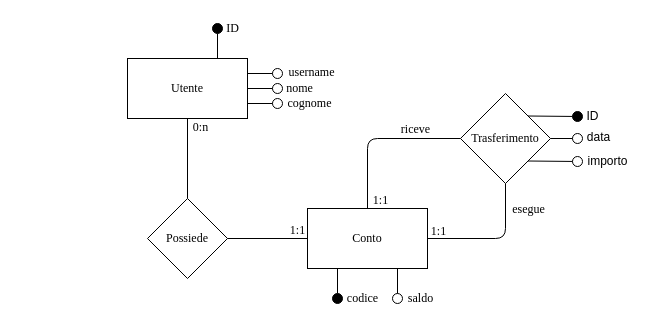
The draw.io diagram docs/assets/diagram.drawio in riccardo-negri/tiw-2022-Negri, before the edit. Source tidied: cells renumbered, new cells numbered last; positions are measured from the earlier drawing's top-left corner, leaving out a move shared by most shapes. Both pictures are drawn from the tidied source at 100%, with x=0, y=0 at pixel (127, 18).
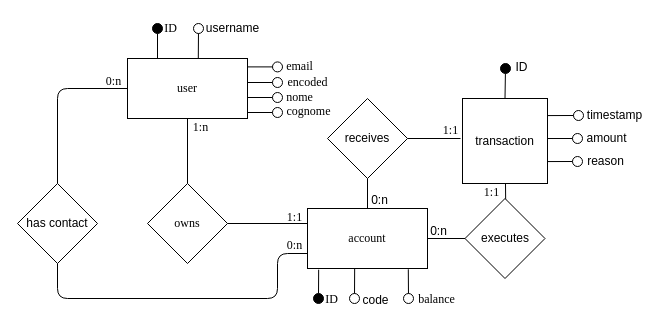
The same page after the edit.

Commit message (it also covers changes not shown here):
Done documentation about database, starting with sequence diagrams

Diff of the diagram source:
```diff
@@
-    <mxCell id="2" value="&lt;font face=&quot;Times New Roman&quot;&gt;Utente&lt;/font&gt;" style="rounded=0;whiteSpace=wrap;html=1;" parent="1" vertex="1">
+    <mxCell id="2" value="&lt;font face=&quot;Times New Roman&quot;&gt;user&lt;/font&gt;" style="rounded=0;whiteSpace=wrap;html=1;" parent="1" vertex="1">
       <mxGeometry y="40" width="120" height="60" as="geometry" />
     </mxCell>
-    <mxCell id="3" value="&lt;font face=&quot;Times New Roman&quot;&gt;Possiede&lt;/font&gt;" style="rhombus;whiteSpace=wrap;html=1;" parent="1" vertex="1">
-      <mxGeometry x="20" y="180" width="80" height="80" as="geometry" />
+    <mxCell id="3" value="&lt;font face=&quot;Times New Roman&quot;&gt;owns&lt;/font&gt;" style="rhombus;whiteSpace=wrap;html=1;" parent="1" vertex="1">
+      <mxGeometry x="20" y="165" width="80" height="80" as="geometry" />
     </mxCell>
-    <mxCell id="4" value="&lt;font face=&quot;Times New Roman&quot;&gt;Conto&lt;/font&gt;" style="rounded=0;whiteSpace=wrap;html=1;" parent="1" vertex="1">
+    <mxCell id="4" value="&lt;font face=&quot;Times New Roman&quot;&gt;account&lt;/font&gt;" style="rounded=0;whiteSpace=wrap;html=1;" parent="1" vertex="1">
       <mxGeometry x="180" y="190" width="120" height="60" as="geometry" />
     </mxCell>
-    <mxCell id="5" value="&lt;font face=&quot;Times New Roman&quot;&gt;Trasferimento&lt;/font&gt;" style="rhombus;whiteSpace=wrap;html=1;" parent="1" vertex="1">
-      <mxGeometry x="333" y="75" width="90" height="90" as="geometry" />
-    </mxCell>
@@
-    <mxCell id="7" style="endArrow=none;html=1;" parent="1" edge="1" source="3" target="4">
+    <mxCell id="7" style="endArrow=none;html=1;entryX=0;entryY=0.25;entryDx=0;entryDy=0;" parent="1" edge="1" source="3" target="4">
       <mxGeometry relative="1" as="geometry" />
     </mxCell>
-    <mxCell id="8" style="endArrow=none;html=1;edgeStyle=orthogonalEdgeStyle;" parent="1" edge="1" source="4" target="5">
-      <mxGeometry relative="1" as="geometry" />
+    <mxCell id="8" style="endArrow=none;html=1;edgeStyle=orthogonalEdgeStyle;" parent="1" edge="1" source="4">
+      <mxGeometry relative="1" as="geometry">
+        <mxPoint x="378" y="165" as="targetPoint" />
+      </mxGeometry>
     </mxCell>
-    <mxCell id="9" style="endArrow=none;html=1;edgeStyle=orthogonalEdgeStyle;" parent="1" edge="1" source="4" target="5">
+    <mxCell id="9" style="endArrow=none;html=1;edgeStyle=orthogonalEdgeStyle;startArrow=none;" parent="1" edge="1" source="50">
       <mxGeometry relative="1" as="geometry">
+        <mxPoint x="333" y="120" as="targetPoint" />
         <Array as="points">
           <mxPoint x="240" y="120" />
         </Array>
       </mxGeometry>
     </mxCell>
-    <mxCell id="10" style="endArrow=oval;html=1;fontSize=12;endFill=0;endSize=10;verticalAlign=top;exitX=1;exitY=0.25;exitDx=0;exitDy=0;" parent="1" edge="1" source="2">
+    <mxCell id="10" style="endArrow=oval;html=1;fontSize=12;endFill=0;endSize=10;verticalAlign=top;exitX=1;exitY=0.25;exitDx=0;exitDy=0;" parent="1" edge="1">
       <mxGeometry x="-1" relative="1" as="geometry">
-        <mxPoint x="150" y="55" as="targetPoint" />
+        <mxPoint x="120" y="64" as="sourcePoint" />
+        <mxPoint x="150" y="64" as="targetPoint" />
       </mxGeometry>
     </mxCell>
-    <mxCell id="11" style="endArrow=oval;html=1;fontSize=12;endFill=0;endSize=10;verticalAlign=top;exitX=1;exitY=0.5;exitDx=0;exitDy=0;" parent="1" edge="1" source="2">
+    <mxCell id="11" style="endArrow=oval;html=1;fontSize=12;endFill=0;endSize=10;verticalAlign=top;exitX=1;exitY=0.5;exitDx=0;exitDy=0;" parent="1" edge="1">
       <mxGeometry x="-1" relative="1" as="geometry">
-        <mxPoint x="150" y="70" as="targetPoint" />
+        <mxPoint x="120" y="79" as="sourcePoint" />
+        <mxPoint x="150" y="79" as="targetPoint" />
       </mxGeometry>
     </mxCell>
-    <mxCell id="12" style="endArrow=oval;html=1;fontSize=12;endFill=0;endSize=10;verticalAlign=top;exitX=1;exitY=0.75;exitDx=0;exitDy=0;" parent="1" edge="1" source="2">
+    <mxCell id="12" style="endArrow=oval;html=1;fontSize=12;endFill=0;endSize=10;verticalAlign=top;exitX=1;exitY=0.75;exitDx=0;exitDy=0;" parent="1" edge="1">
       <mxGeometry x="-1" relative="1" as="geometry">
-        <mxPoint x="150" y="85" as="targetPoint" />
+        <mxPoint x="120" y="94" as="sourcePoint" />
+        <mxPoint x="150" y="94" as="targetPoint" />
       </mxGeometry>
     </mxCell>
-    <mxCell id="13" style="endArrow=oval;html=1;fontSize=12;endFill=1;endSize=10;verticalAlign=top;exitX=0.75;exitY=0;exitDx=0;exitDy=0;" parent="1" edge="1" source="2">
+    <mxCell id="13" style="endArrow=oval;html=1;fontSize=12;endFill=1;endSize=10;verticalAlign=top;exitX=0.25;exitY=0;exitDx=0;exitDy=0;" parent="1" edge="1" source="2">
       <mxGeometry x="-1" relative="1" as="geometry">
-        <mxPoint x="90" y="10" as="targetPoint" />
+        <mxPoint x="30" y="10" as="targetPoint" />
       </mxGeometry>
     </mxCell>
     <mxCell id="14" value="&lt;font face=&quot;Garamond&quot;&gt;ID&lt;/font&gt;" style="text;html=1;align=center;verticalAlign=middle;strokeColor=none;fillColor=none;" parent="1" vertex="1">
-      <mxGeometry x="90" width="30" height="20" as="geometry" />
+      <mxGeometry x="28" width="30" height="20" as="geometry" />
     </mxCell>
-    <mxCell id="15" value="&lt;font face=&quot;Times New Roman&quot;&gt;username&lt;/font&gt;" style="text;html=1;align=center;verticalAlign=middle;strokeColor=none;fillColor=none;" parent="1" vertex="1">
-      <mxGeometry x="154" y="44" width="60" height="20" as="geometry" />
+    <mxCell id="15" value="&lt;font face=&quot;Times New Roman&quot;&gt;email&lt;/font&gt;" style="text;html=1;align=center;verticalAlign=middle;strokeColor=none;fillColor=none;" parent="1" vertex="1">
+      <mxGeometry x="152" y="38" width="40" height="20" as="geometry" />
     </mxCell>
     <mxCell id="16" value="&lt;font face=&quot;Times New Roman&quot;&gt;nome&lt;/font&gt;" style="text;html=1;align=center;verticalAlign=middle;strokeColor=none;fillColor=none;" parent="1" vertex="1">
-      <mxGeometry x="152" y="60" width="40" height="20" as="geometry" />
+      <mxGeometry x="152" y="69" width="40" height="20" as="geometry" />
     </mxCell>
     <mxCell id="17" value="&lt;font face=&quot;Times New Roman&quot;&gt;cognome&lt;/font&gt;" style="text;html=1;align=center;verticalAlign=middle;strokeColor=none;fillColor=none;" parent="1" vertex="1">
-      <mxGeometry x="152" y="75" width="60" height="20" as="geometry" />
+      <mxGeometry x="151" y="83" width="60" height="20" as="geometry" />
     </mxCell>
-    <mxCell id="18" style="endArrow=oval;html=1;fontSize=12;endFill=1;endSize=10;verticalAlign=top;exitX=0.25;exitY=1;exitDx=0;exitDy=0;" parent="1" edge="1" source="4">
+    <mxCell id="18" style="endArrow=oval;html=1;fontSize=12;endFill=1;endSize=10;verticalAlign=top;exitX=0.093;exitY=1.02;exitDx=0;exitDy=0;exitPerimeter=0;" parent="1" edge="1" source="4">
       <mxGeometry x="-1" relative="1" as="geometry">
-        <mxPoint x="210" y="280" as="targetPoint" />
+        <mxPoint x="191" y="280" as="targetPoint" />
       </mxGeometry>
     </mxCell>
-    <mxCell id="19" style="endArrow=oval;html=1;fontSize=12;endFill=0;endSize=10;verticalAlign=top;exitX=0.75;exitY=1;exitDx=0;exitDy=0;" parent="1" edge="1" source="4">
+    <mxCell id="19" style="endArrow=oval;html=1;fontSize=12;endFill=0;endSize=10;verticalAlign=top;exitX=0.84;exitY=1.013;exitDx=0;exitDy=0;exitPerimeter=0;" parent="1" edge="1" source="4">
       <mxGeometry x="-1" relative="1" as="geometry">
-        <mxPoint x="270" y="280" as="targetPoint" />
+        <mxPoint x="281" y="280" as="targetPoint" />
       </mxGeometry>
     </mxCell>
-    <mxCell id="20" value="&lt;font face=&quot;Times New Roman&quot;&gt;codice&lt;/font&gt;" style="text;html=1;align=center;verticalAlign=middle;strokeColor=none;fillColor=none;endfill=1;" parent="1" vertex="1">
-      <mxGeometry x="210" y="270" width="50" height="20" as="geometry" />
+    <mxCell id="20" value="&lt;font face=&quot;Times New Roman&quot;&gt;ID&lt;/font&gt;" style="text;html=1;align=center;verticalAlign=middle;strokeColor=none;fillColor=none;endfill=1;" parent="1" vertex="1">
+      <mxGeometry x="189" y="271" width="30" height="20" as="geometry" />
     </mxCell>
-    <mxCell id="21" value="&lt;font face=&quot;Times New Roman&quot;&gt;saldo&lt;/font&gt;" style="text;html=1;align=center;verticalAlign=middle;strokeColor=none;fillColor=none;" parent="1" vertex="1">
-      <mxGeometry x="273" y="270" width="40" height="20" as="geometry" />
+    <mxCell id="21" value="&lt;font face=&quot;Times New Roman&quot;&gt;balance&lt;/font&gt;" style="text;html=1;align=center;verticalAlign=middle;strokeColor=none;fillColor=none;" parent="1" vertex="1">
+      <mxGeometry x="284" y="271" width="50" height="20" as="geometry" />
     </mxCell>
-    <mxCell id="22" style="rounded=0;whiteSpace=wrap;html=1;strokeColor=#FFFFFF;fillColor=none;" parent="1" vertex="1">
-      <mxGeometry x="183" y="193" width="114" height="54" as="geometry" />
-    </mxCell>
-    <mxCell id="23" value="&lt;font face=&quot;Times New Roman&quot;&gt;0:n&lt;/font&gt;" style="text;html=1;align=center;verticalAlign=middle;strokeColor=none;fillColor=none;" parent="1" vertex="1">
+    <mxCell id="23" value="&lt;font face=&quot;Times New Roman&quot;&gt;1:n&lt;/font&gt;" style="text;html=1;align=center;verticalAlign=middle;strokeColor=none;fillColor=none;" parent="1" vertex="1">
       <mxGeometry x="58" y="99" width="30" height="20" as="geometry" />
     </mxCell>
     <mxCell id="24" value="&lt;font face=&quot;Times New Roman&quot;&gt;1:1&lt;/font&gt;" style="text;html=1;align=center;verticalAlign=middle;strokeColor=none;fillColor=none;" parent="1" vertex="1">
-      <mxGeometry x="155" y="202" width="30" height="20" as="geometry" />
+      <mxGeometry x="152" y="189" width="30" height="20" as="geometry" />
     </mxCell>
     <mxCell id="25" value="&lt;font face=&quot;Times New Roman&quot;&gt;1:1&lt;/font&gt;" style="text;html=1;align=center;verticalAlign=middle;strokeColor=none;fillColor=none;" parent="1" vertex="1">
-      <mxGeometry x="238" y="172" width="30" height="20" as="geometry" />
+      <mxGeometry x="307.5" y="102" width="30" height="20" as="geometry" />
     </mxCell>
     <mxCell id="26" value="&lt;font face=&quot;Times New Roman&quot;&gt;1:1&lt;/font&gt;" style="text;html=1;align=center;verticalAlign=middle;strokeColor=none;fillColor=none;" parent="1" vertex="1">
-      <mxGeometry x="296" y="203" width="30" height="20" as="geometry" />
+      <mxGeometry x="349" y="164" width="30" height="20" as="geometry" />
     </mxCell>
-    <mxCell id="27" value="&lt;font face=&quot;Times New Roman&quot;&gt;riceve&lt;/font&gt;" style="text;html=1;align=center;verticalAlign=middle;strokeColor=none;fillColor=none;" parent="1" vertex="1">
-      <mxGeometry x="268" y="101" width="40" height="20" as="geometry" />
-    </mxCell>
-    <mxCell id="28" value="&lt;font face=&quot;Times New Roman&quot;&gt;esegue&lt;/font&gt;" style="text;html=1;align=center;verticalAlign=middle;strokeColor=none;fillColor=none;" parent="1" vertex="1">
-      <mxGeometry x="376" y="181" width="50" height="20" as="geometry" />
-    </mxCell>
-    <mxCell id="29" style="endArrow=oval;html=1;fontSize=12;endFill=1;endSize=10;verticalAlign=top;exitX=1;exitY=0;exitDx=0;exitDy=0;" parent="1" edge="1" source="5">
+    <mxCell id="29" style="endArrow=oval;html=1;fontSize=12;endFill=1;endSize=10;verticalAlign=top;exitX=0.5;exitY=0;exitDx=0;exitDy=0;" parent="1" edge="1" source="48">
       <mxGeometry x="-1" relative="1" as="geometry">
-        <mxPoint x="450" y="98" as="targetPoint" />
+        <mxPoint x="378" y="50" as="targetPoint" />
       </mxGeometry>
     </mxCell>
-    <mxCell id="30" style="endArrow=oval;html=1;fontSize=12;endFill=0;endSize=10;verticalAlign=top;exitX=1;exitY=0.5;exitDx=0;exitDy=0;" parent="1" edge="1" source="5">
+    <mxCell id="30" style="endArrow=oval;html=1;fontSize=12;endFill=0;endSize=10;verticalAlign=top;exitX=1;exitY=0.471;exitDx=0;exitDy=0;exitPerimeter=0;" parent="1" edge="1" source="48">
       <mxGeometry x="-1" relative="1" as="geometry">
         <mxPoint x="450" y="120" as="targetPoint" />
       </mxGeometry>
     </mxCell>
-    <mxCell id="31" style="endArrow=oval;html=1;fontSize=12;endFill=0;endSize=10;verticalAlign=top;exitX=1;exitY=1;exitDx=0;exitDy=0;" parent="1" edge="1" source="5">
+    <mxCell id="31" style="endArrow=oval;html=1;fontSize=12;endFill=0;endSize=10;verticalAlign=top;exitX=1.004;exitY=0.742;exitDx=0;exitDy=0;exitPerimeter=0;" parent="1" edge="1" source="48">
       <mxGeometry x="-1" relative="1" as="geometry">
         <mxPoint x="450" y="143" as="targetPoint" />
       </mxGeometry>
     </mxCell>
     <mxCell id="32" value="ID" style="text;html=1;align=center;verticalAlign=middle;strokeColor=none;fillColor=none;" parent="1" vertex="1">
-      <mxGeometry x="450" y="88" width="30" height="20" as="geometry" />
+      <mxGeometry x="379" y="39" width="30" height="20" as="geometry" />
     </mxCell>
-    <mxCell id="33" value="data" style="text;html=1;align=center;verticalAlign=middle;strokeColor=none;fillColor=none;" parent="1" vertex="1">
-      <mxGeometry x="451" y="109" width="40" height="20" as="geometry" />
+    <mxCell id="33" value="amount" style="text;html=1;align=center;verticalAlign=middle;strokeColor=none;fillColor=none;" parent="1" vertex="1">
+      <mxGeometry x="449" y="110" width="60" height="20" as="geometry" />
     </mxCell>
-    <mxCell id="34" value="importo" style="text;html=1;align=center;verticalAlign=middle;strokeColor=none;fillColor=none;" parent="1" vertex="1">
-      <mxGeometry x="450" y="133" width="60" height="20" as="geometry" />
+    <mxCell id="34" value="reason" style="text;html=1;align=center;verticalAlign=middle;strokeColor=none;fillColor=none;" parent="1" vertex="1">
+      <mxGeometry x="453" y="133" width="50" height="20" as="geometry" />
     </mxCell>
+    <mxCell id="35" value="has contact" style="rhombus;whiteSpace=wrap;html=1;" parent="1" vertex="1">
+      <mxGeometry x="-110" y="165" width="80" height="80" as="geometry" />
+    </mxCell>
+    <mxCell id="36" style="endArrow=none;html=1;exitX=0.5;exitY=0;exitDx=0;exitDy=0;entryX=0;entryY=0.5;entryDx=0;entryDy=0;edgeStyle=orthogonalEdgeStyle;" parent="1" edge="1" source="35" target="2">
+      <mxGeometry relative="1" as="geometry" />
+    </mxCell>
+    <mxCell id="37" style="endArrow=none;html=1;exitX=0.5;exitY=1;exitDx=0;exitDy=0;entryX=0;entryY=0.75;entryDx=0;entryDy=0;edgeStyle=orthogonalEdgeStyle;" parent="1" edge="1" source="35" target="4">
+      <mxGeometry relative="1" as="geometry">
+        <Array as="points">
+          <mxPoint x="-70" y="280" />
+          <mxPoint x="150" y="280" />
+          <mxPoint x="150" y="235" />
+        </Array>
+      </mxGeometry>
+    </mxCell>
+    <mxCell id="38" value="&lt;font face=&quot;Times New Roman&quot;&gt;0:n&lt;/font&gt;" style="text;html=1;align=center;verticalAlign=middle;strokeColor=none;fillColor=none;" parent="1" vertex="1">
+      <mxGeometry x="-29" y="53" width="30" height="20" as="geometry" />
+    </mxCell>
+    <mxCell id="39" value="&lt;font face=&quot;Times New Roman&quot;&gt;0:n&lt;/font&gt;" style="text;html=1;align=center;verticalAlign=middle;strokeColor=none;fillColor=none;" parent="1" vertex="1">
+      <mxGeometry x="152" y="217" width="30" height="20" as="geometry" />
+    </mxCell>
+    <mxCell id="40" style="endArrow=oval;html=1;fontSize=12;endFill=0;endSize=10;verticalAlign=top;exitX=0.59;exitY=-0.005;exitDx=0;exitDy=0;exitPerimeter=0;" parent="1" edge="1" source="2">
+      <mxGeometry x="-1" relative="1" as="geometry">
+        <mxPoint x="71" y="10" as="targetPoint" />
+      </mxGeometry>
+    </mxCell>
+    <mxCell id="41" value="username" style="text;html=1;align=center;verticalAlign=middle;strokeColor=none;fillColor=none;" parent="1" vertex="1">
+      <mxGeometry x="70" width="70" height="20" as="geometry" />
+    </mxCell>
+    <mxCell id="42" style="endArrow=oval;html=1;fontSize=12;endFill=0;endSize=10;verticalAlign=top;exitX=1;exitY=0.25;exitDx=0;exitDy=0;" parent="1" edge="1">
+      <mxGeometry x="-1" relative="1" as="geometry">
+        <mxPoint x="120" y="48.4" as="sourcePoint" />
+        <mxPoint x="150" y="48.4" as="targetPoint" />
+      </mxGeometry>
+    </mxCell>
+    <mxCell id="43" value="&lt;font face=&quot;Times New Roman&quot;&gt;encoded&lt;/font&gt;" style="text;html=1;align=center;verticalAlign=middle;strokeColor=none;fillColor=none;" parent="1" vertex="1">
+      <mxGeometry x="150" y="54" width="60" height="20" as="geometry" />
+    </mxCell>
+    <mxCell id="44" style="endArrow=oval;html=1;fontSize=12;endFill=0;endSize=10;verticalAlign=top;exitX=0.393;exitY=0.993;exitDx=0;exitDy=0;exitPerimeter=0;" parent="1" edge="1" source="4">
+      <mxGeometry x="-1" relative="1" as="geometry">
+        <mxPoint x="227" y="280" as="targetPoint" />
+      </mxGeometry>
+    </mxCell>
+    <mxCell id="45" value="code" style="text;html=1;align=center;verticalAlign=middle;strokeColor=none;fillColor=none;" parent="1" vertex="1">
+      <mxGeometry x="228" y="272" width="40" height="20" as="geometry" />
+    </mxCell>
+    <mxCell id="46" style="endArrow=oval;html=1;fontSize=12;endFill=0;endSize=10;verticalAlign=top;exitX=1.003;exitY=0.201;exitDx=0;exitDy=0;exitPerimeter=0;" parent="1" edge="1" source="48">
+      <mxGeometry x="-1" relative="1" as="geometry">
+        <mxPoint x="451" y="97" as="targetPoint" />
+      </mxGeometry>
+    </mxCell>
+    <mxCell id="47" value="timestamp" style="text;html=1;align=center;verticalAlign=middle;strokeColor=none;fillColor=none;" parent="1" vertex="1">
+      <mxGeometry x="452" y="87" width="70" height="20" as="geometry" />
+    </mxCell>
+    <mxCell id="48" value="transaction" style="whiteSpace=wrap;html=1;" parent="1" vertex="1">
+      <mxGeometry x="335" y="80" width="85" height="85" as="geometry" />
+    </mxCell>
+    <mxCell id="49" value="executes" style="rhombus;whiteSpace=wrap;html=1;" parent="1" vertex="1">
+      <mxGeometry x="337.5" y="180" width="80" height="80" as="geometry" />
+    </mxCell>
+    <mxCell id="50" value="receives" style="rhombus;whiteSpace=wrap;html=1;" parent="1" vertex="1">
+      <mxGeometry x="200" y="80" width="80" height="80" as="geometry" />
+    </mxCell>
+    <mxCell id="51" style="endArrow=none;html=1;edgeStyle=orthogonalEdgeStyle;" parent="1" edge="1" source="4" target="50">
+      <mxGeometry relative="1" as="geometry" />
+    </mxCell>
+    <mxCell id="52" value="0:n" style="text;html=1;align=center;verticalAlign=middle;strokeColor=none;fillColor=none;" parent="1" vertex="1">
+      <mxGeometry x="237" y="172" width="30" height="20" as="geometry" />
+    </mxCell>
+    <mxCell id="53" value="0:n" style="text;html=1;align=center;verticalAlign=middle;strokeColor=none;fillColor=none;" parent="1" vertex="1">
+      <mxGeometry x="296" y="203" width="30" height="20" as="geometry" />
+    </mxCell>
```
